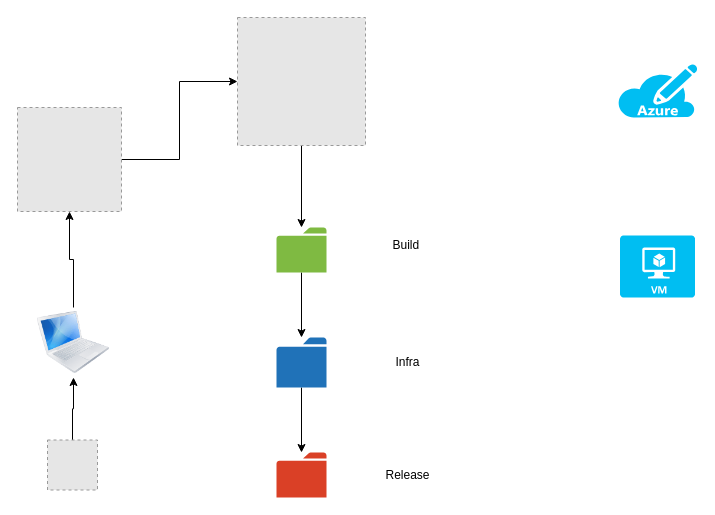
The draw.io diagram images/ayo_Diagram.drawio in sachinkgaikwad/ayodevops, before the edit. Source tidied: cells renumbered, new cells numbered last; positions are measured from the earlier drawing's top-left corner, leaving out a move shared by most shapes. Both pictures are drawn from the tidied source at 100%, with x=0, y=0 at pixel (17, 17). Pictures stored in the file or linked from it are replaced by grey dashed boxes.
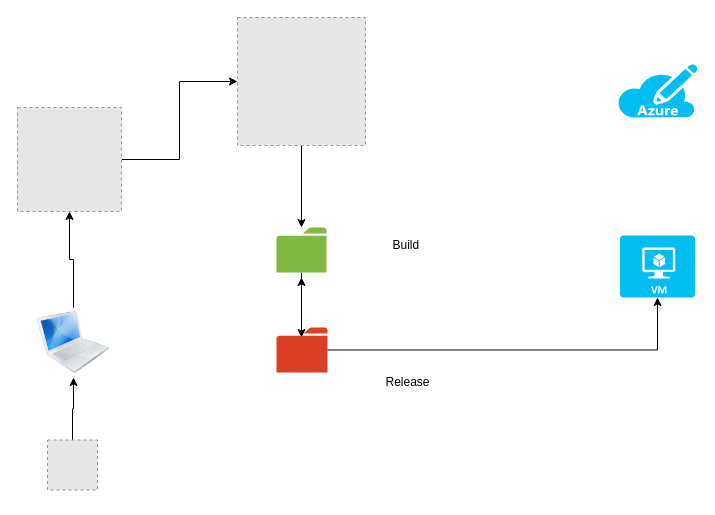
After the change.

The change refers to these unchanged cells:
```xml
<mxCell id="11" style="sketch=0;shadow=0;dashed=0;html=1;strokeColor=none;labelPosition=center;verticalLabelPosition=bottom;verticalAlign=top;outlineConnect=0;align=center;shape=mxgraph.office.concepts.folder;fillColor=#7FBA42;" parent="1" vertex="1">
  <mxGeometry x="259" y="210" width="50" height="45" as="geometry" />
</mxCell>
<mxCell id="16" style="verticalLabelPosition=bottom;html=1;verticalAlign=top;align=center;strokeColor=none;fillColor=#00BEF2;shape=mxgraph.azure.virtual_machine;" parent="1" vertex="1">
  <mxGeometry x="602.5" y="218" width="75" height="62" as="geometry" />
</mxCell>
```

Change to the diagram source:
```diff
@@
-    <mxCell id="10" style="edgeStyle=orthogonalEdgeStyle;rounded=0;jettySize=auto;html=1;" parent="1" edge="1" source="11" target="13">
-      <mxGeometry relative="1" as="geometry" />
+    <mxCell id="10" style="edgeStyle=orthogonalEdgeStyle;rounded=0;jettySize=auto;html=1;" parent="1" edge="1" source="11">
+      <mxGeometry relative="1" as="geometry">
+        <mxPoint x="284" y="320" as="targetPoint" />
+      </mxGeometry>
     </mxCell>
@@
-    <mxCell id="12" style="edgeStyle=orthogonalEdgeStyle;rounded=0;jettySize=auto;html=1;" parent="1" edge="1" source="13" target="14">
-      <mxGeometry relative="1" as="geometry" />
-    </mxCell>
-    <mxCell id="13" style="sketch=0;shadow=0;dashed=0;html=1;strokeColor=none;labelPosition=center;verticalLabelPosition=bottom;verticalAlign=top;outlineConnect=0;align=center;shape=mxgraph.office.concepts.folder;fillColor=#2072B8;direction=east;" parent="1" vertex="1">
-      <mxGeometry x="259" y="320" width="50" height="50" as="geometry" />
-    </mxCell>
+    <mxCell id="20" style="edgeStyle=orthogonalEdgeStyle;rounded=0;jettySize=auto;html=1;" parent="1" edge="1" source="14">
+      <mxGeometry relative="1" as="geometry">
+        <mxPoint x="284" y="260" as="targetPoint" />
+      </mxGeometry>
+    </mxCell>
+    <mxCell id="21" style="edgeStyle=orthogonalEdgeStyle;rounded=0;jettySize=auto;html=1;" parent="1" edge="1" source="14" target="16">
+      <mxGeometry relative="1" as="geometry" />
+    </mxCell>
     <mxCell id="14" style="sketch=0;shadow=0;dashed=0;html=1;strokeColor=none;labelPosition=center;verticalLabelPosition=bottom;verticalAlign=top;outlineConnect=0;align=center;shape=mxgraph.office.concepts.folder;fillColor=#DA4026;" parent="1" vertex="1">
-      <mxGeometry x="259" y="435" width="50" height="45" as="geometry" />
+      <mxGeometry x="259" y="310" width="51" height="45" as="geometry" />
     </mxCell>
@@
     <mxCell id="18" value="Release" style="text;html=1;align=center;verticalAlign=middle;fillColor=none;strokeColor=none;rounded=0;" parent="1" vertex="1">
-      <mxGeometry x="360" y="447.5" width="60" height="20" as="geometry" />
+      <mxGeometry x="360" y="355" width="60" height="20" as="geometry" />
     </mxCell>
-    <mxCell id="19" value="Infra" style="text;html=1;align=center;verticalAlign=middle;fillColor=none;strokeColor=none;rounded=0;" parent="1" vertex="1">
-      <mxGeometry x="370" y="335" width="40" height="20" as="geometry" />
-    </mxCell>
```
